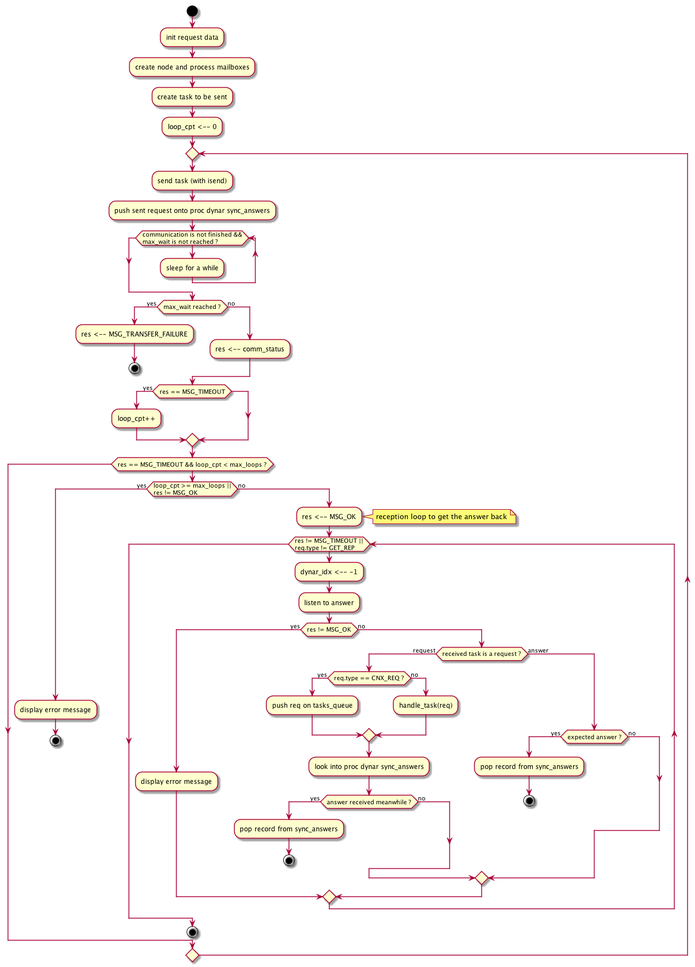
tof25/DST keeps this PlantUML diagram as doc/UML/Algo_send_msg_sync.png. Above is the earlier version.
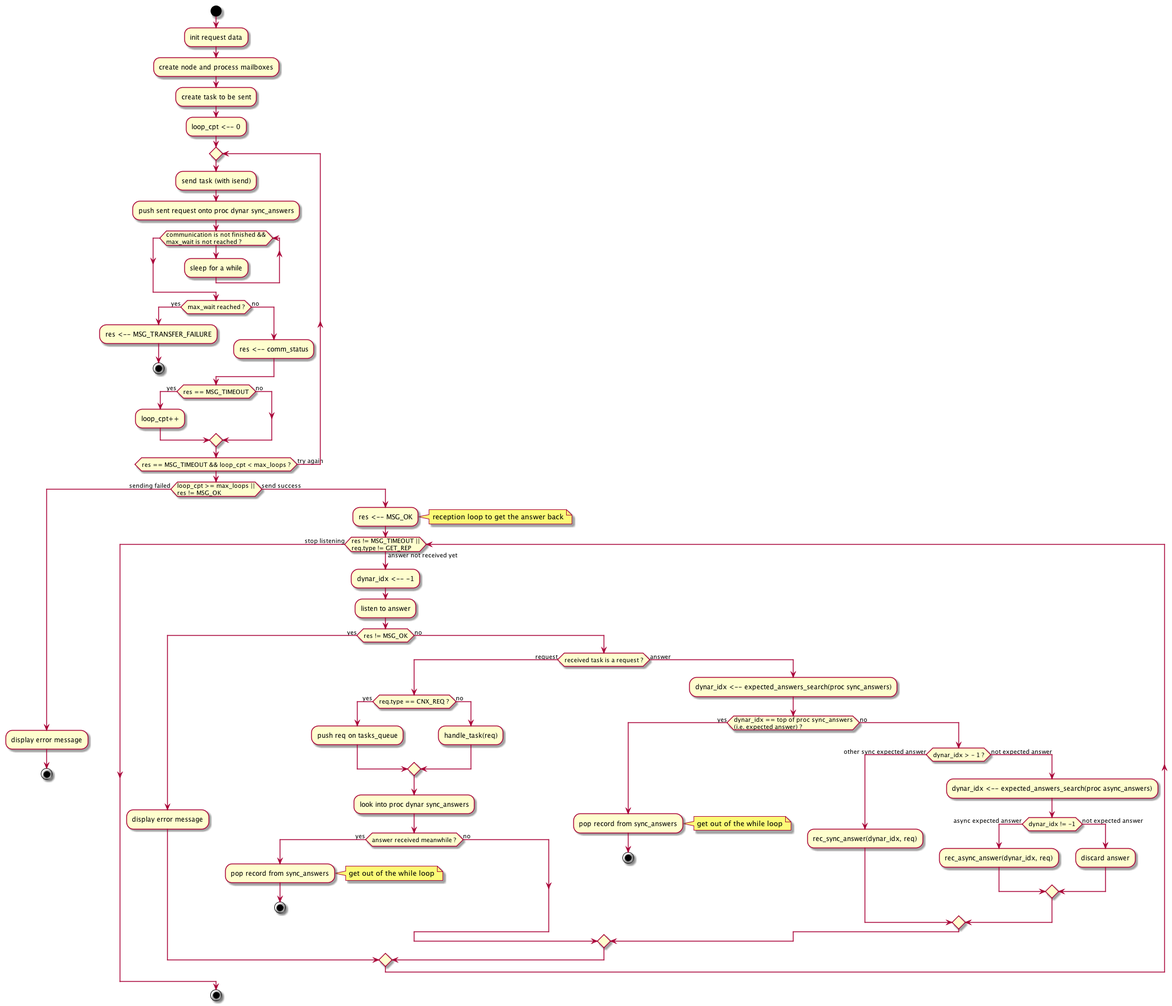
After the commit.

Diff of the diagram source:
```diff
@@ -21,21 +21,22 @@
     endif
     if (res == MSG_TIMEOUT) then (yes)
         :loop_cpt++;
+    else (no)
     endif
 
-while (res == MSG_TIMEOUT && loop_cpt < max_loops ?)
+repeat while (res == MSG_TIMEOUT && loop_cpt < max_loops ?) is (try again)
 
-if (loop_cpt >= max_loops ||\nres != MSG_OK) then (yes)
+if (loop_cpt >= max_loops ||\nres != MSG_OK) then (sending failed)
     :display error message;
     stop
-else (no)
+else (send success)
     :res <-- MSG_OK;
 
     note right
         reception loop to get the answer back
     end note
 
-    while (res != MSG_TIMEOUT ||\nreq.type != GET_REP)
+    while (res != MSG_TIMEOUT ||\nreq.type != GET_REP) is (answer not received yet)
         :dynar_idx <-- -1;
         :listen to answer;
         if (res != MSG_OK) then (yes)
@@ -50,18 +51,35 @@
                 :look into proc dynar sync_answers;
                 if (answer received meanwhile ?) then (yes)
                     :pop record from sync_answers;
+                    note right
+                    get out of the while loop
+                    end note
                     stop
                 else (no)
                 endif
             else (answer)
-                if (expected answer ?) then (yes)
+                :dynar_idx <-- expected_answers_search(proc sync_answers);
+                if (dynar_idx == top of proc sync_answers\n(i.e. expected answer) ?) then (yes)
                     :pop record from sync_answers;
+                    note right
+                    get out of the while loop
+                    end note
                     stop
                 else (no)
+                    if (dynar_idx > - 1 ?) then (other sync expected answer)
+                        :rec_sync_answer(dynar_idx, req);
+                    else (not expected answer)
+                        :dynar_idx <-- expected_answers_search(proc async_answers);
+                        if (dynar_idx != -1) then (async expected answer)
+                            :rec_async_answer(dynar_idx, req);
+                        else (not expected answer)
+                            :discard answer;
+                        endif
+                    endif
                 endif
             endif
         endif
-    endwhile
+    endwhile (stop listening)
 endif
 
 stop
```
